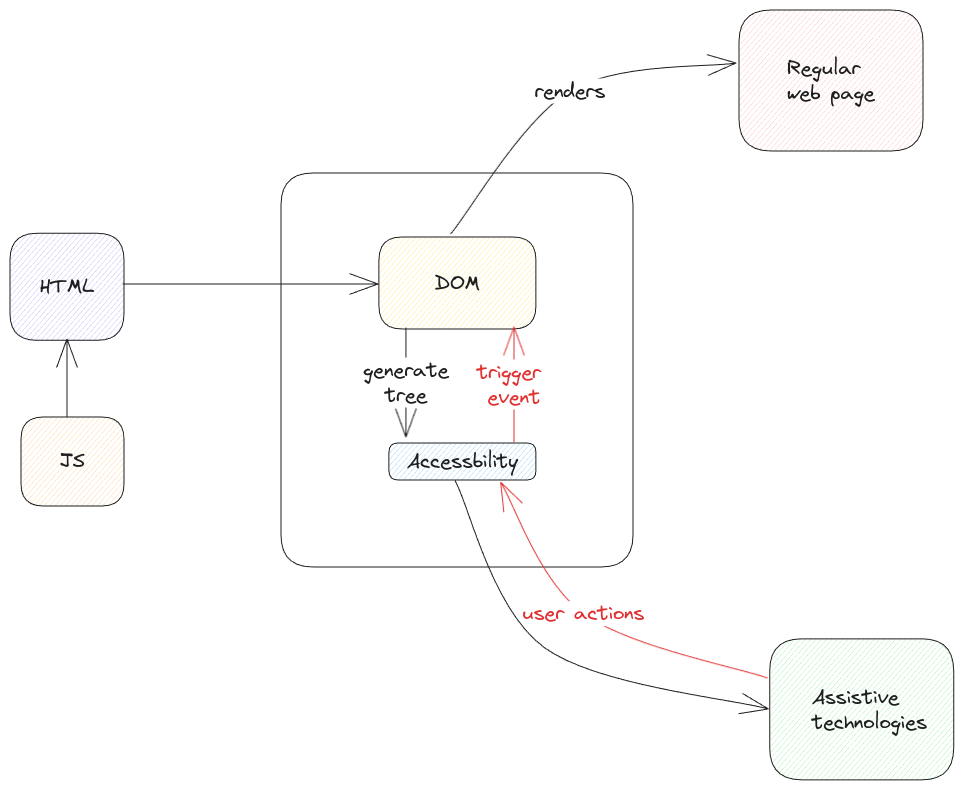
swaroopar/inprogress-engineer keeps this Excalidraw diagram as static/img/aria.excalidraw.png. Above is the earlier version. Source tidied: one line per element, renumbered; positions are measured from the earlier drawing's top-left corner, leaving out a move shared by most shapes.
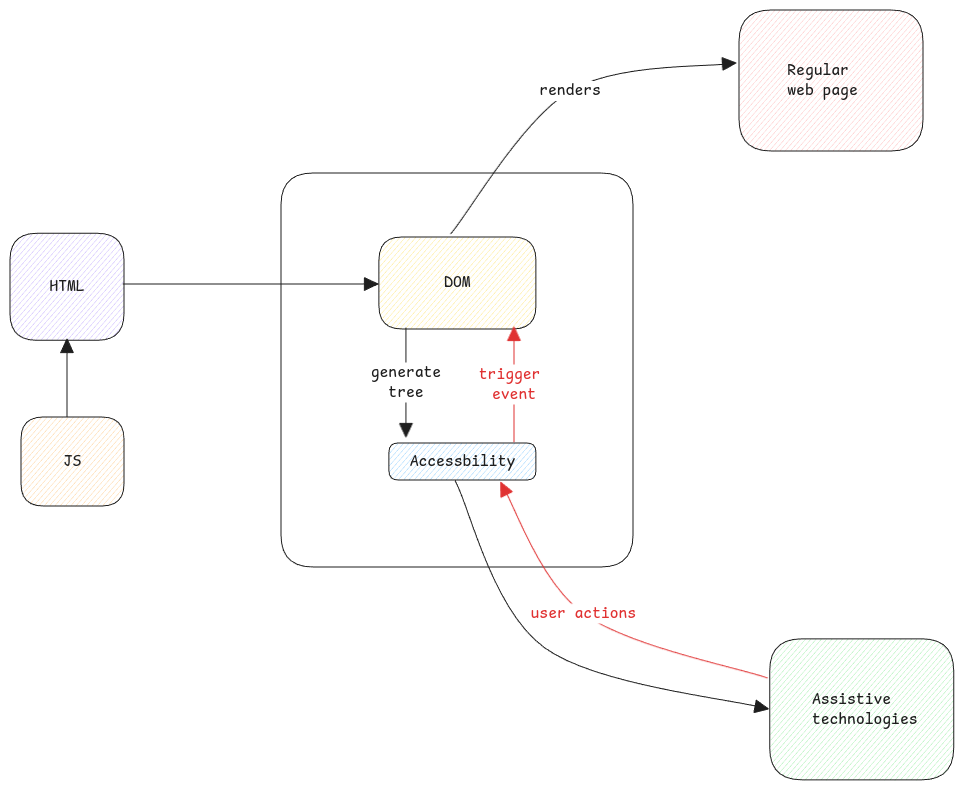
After the commit.

Change to the diagram source:
```diff
@@ -1,24 +1,24 @@
 {"id": 0, "type": "rectangle", "strokeColor": "#1e1e1e", "strokeWidth": 1, "roughness": 0, "round": true, "x": 271, "y": 163, "width": 352, "height": 394}
 {"id": 1, "type": "rectangle", "strokeColor": "#1e1e1e", "backgroundColor": "#ffec99", "fillStyle": "hachure", "strokeWidth": 1, "roughness": 0, "round": true, "x": 369, "y": 227, "width": 157, "height": 92}
-{"id": 2, "type": "text", "text": "DOM", "strokeColor": "#1e1e1e", "strokeWidth": 2, "roughness": 1, "fontSize": 20, "fontFamily": 1, "textAlign": "center", "verticalAlign": "middle", "inside": 1, "x": 425, "y": 260, "width": 45, "height": 25}
+{"id": 2, "type": "text", "text": "DOM", "strokeColor": "#1e1e1e", "strokeWidth": 2, "roughness": 1, "fontSize": 16, "fontFamily": 8, "textAlign": "center", "verticalAlign": "middle", "inside": 1, "x": 434, "y": 263, "width": 26, "height": 20}
 {"id": 3, "type": "rectangle", "strokeColor": "#1e1e1e", "backgroundColor": "#a5d8ff", "fillStyle": "hachure", "strokeWidth": 1, "roughness": 0, "round": true, "x": 379, "y": 433, "width": 147, "height": 37}
-{"id": 4, "type": "text", "text": "Accessbility", "strokeColor": "#1e1e1e", "strokeWidth": 2, "roughness": 1, "fontSize": 20, "fontFamily": 1, "textAlign": "center", "verticalAlign": "middle", "inside": 3, "x": 397, "y": 439, "width": 111, "height": 25}
+{"id": 4, "type": "text", "text": "Accessbility", "strokeColor": "#1e1e1e", "strokeWidth": 2, "roughness": 1, "fontSize": 16, "fontFamily": 8, "textAlign": "center", "verticalAlign": "middle", "inside": 3, "x": 400, "y": 442, "width": 106, "height": 20}
-{"id": 5, "type": "arrow", "strokeColor": "#1e1e1e", "strokeWidth": 1, "roughness": 0, "endArrowhead": "arrow", "round": true, "x": 396, "y": 318, "width": 0, "height": 109, "points": [[0, 0], [0, 109]]}
+{"id": 5, "type": "arrow", "strokeColor": "#1e1e1e", "strokeWidth": 1, "roughness": 0, "endArrowhead": "triangle", "round": true, "x": 396, "y": 318, "width": 0, "height": 109, "points": [[0, 0], [0, 109]]}
-{"id": 6, "type": "text", "text": "generate\ntree", "strokeColor": "#1e1e1e", "strokeWidth": 1, "roughness": 0, "fontSize": 20, "fontFamily": 1, "textAlign": "center", "verticalAlign": "middle", "inside": 5, "x": 353, "y": 330, "width": 85, "height": 50}
+{"id": 6, "type": "text", "text": "generate\ntree", "strokeColor": "#1e1e1e", "strokeWidth": 1, "roughness": 0, "fontSize": 16, "fontFamily": 8, "textAlign": "center", "verticalAlign": "middle", "inside": 5, "x": 361, "y": 352, "width": 70, "height": 40}
-{"id": 7, "type": "arrow", "strokeColor": "#1e1e1e", "strokeWidth": 1, "roughness": 0, "endArrowhead": "arrow", "round": true, "from": 1, "to": 9, "x": 441, "y": 224, "width": 285, "height": 171, "points": [[0, 0], [119, -143], [285, -171]]}
+{"id": 7, "type": "arrow", "strokeColor": "#1e1e1e", "strokeWidth": 1, "roughness": 0, "endArrowhead": "triangle", "round": true, "from": 1, "to": 9, "x": 441, "y": 224, "width": 285, "height": 171, "points": [[0, 0], [119, -143], [285, -171]]}
-{"id": 8, "type": "text", "text": "renders", "strokeColor": "#1e1e1e", "backgroundColor": "#ffd8a8", "fillStyle": "hachure", "strokeWidth": 1, "roughness": 0, "fontSize": 20, "fontFamily": 1, "textAlign": "center", "verticalAlign": "middle", "inside": 7, "x": 525, "y": 68, "width": 71, "height": 25}
+{"id": 8, "type": "text", "text": "renders", "strokeColor": "#1e1e1e", "backgroundColor": "#ffd8a8", "fillStyle": "hachure", "strokeWidth": 1, "roughness": 0, "fontSize": 16, "fontFamily": 8, "textAlign": "center", "verticalAlign": "middle", "inside": 7, "x": 529, "y": 71, "width": 62, "height": 20}
 {"id": 9, "type": "rectangle", "strokeColor": "#1e1e1e", "backgroundColor": "#ffc9c9", "fillStyle": "hachure", "strokeWidth": 1, "roughness": 0, "round": true, "x": 729, "y": 0, "width": 184, "height": 141}
-{"id": 10, "type": "text", "text": "Regular \nweb page", "strokeColor": "#1e1e1e", "strokeWidth": 1, "roughness": 0, "fontSize": 20, "fontFamily": 1, "x": 777, "y": 46, "width": 87, "height": 50}
+{"id": 10, "type": "text", "text": "Regular \nweb page", "strokeColor": "#1e1e1e", "strokeWidth": 1, "roughness": 0, "fontSize": 16, "fontFamily": 8, "x": 777, "y": 50, "width": 70, "height": 40}
-{"id": 11, "type": "arrow", "strokeColor": "#1e1e1e", "strokeWidth": 1, "roughness": 0, "endArrowhead": "arrow", "round": true, "from": 3, "to": 12, "x": 445, "y": 471, "width": 313, "height": 228, "points": [[0, 0], [89, 167], [313, 228]]}
+{"id": 11, "type": "arrow", "strokeColor": "#1e1e1e", "strokeWidth": 1, "roughness": 0, "endArrowhead": "triangle", "round": true, "from": 3, "to": 12, "x": 445, "y": 471, "width": 313, "height": 228, "points": [[0, 0], [89, 167], [313, 228]]}
 {"id": 12, "type": "rectangle", "strokeColor": "#1e1e1e", "backgroundColor": "#b2f2bb", "fillStyle": "hachure", "strokeWidth": 1, "roughness": 0, "round": true, "x": 760, "y": 629, "width": 184, "height": 141}
-{"id": 13, "type": "text", "text": "Assistive\ntechnologies", "strokeColor": "#1e1e1e", "strokeWidth": 1, "roughness": 0, "fontSize": 20, "fontFamily": 1, "x": 802, "y": 675, "width": 115, "height": 50}
+{"id": 13, "type": "text", "text": "Assistive\ntechnologies", "strokeColor": "#1e1e1e", "strokeWidth": 1, "roughness": 0, "fontSize": 16, "fontFamily": 8, "x": 802, "y": 680, "width": 106, "height": 40}
 {"id": 14, "type": "rectangle", "strokeColor": "#1e1e1e", "backgroundColor": "#d0bfff", "fillStyle": "hachure", "strokeWidth": 1, "roughness": 0, "round": true, "x": 0, "y": 223, "width": 114, "height": 107}
-{"id": 15, "type": "text", "text": "HTML", "strokeColor": "#1e1e1e", "strokeWidth": 2, "roughness": 1, "fontSize": 20, "fontFamily": 1, "textAlign": "center", "verticalAlign": "middle", "inside": 14, "x": 30, "y": 264, "width": 54, "height": 25}
+{"id": 15, "type": "text", "text": "HTML", "strokeColor": "#1e1e1e", "strokeWidth": 2, "roughness": 1, "fontSize": 16, "fontFamily": 8, "textAlign": "center", "verticalAlign": "middle", "inside": 14, "x": 39, "y": 267, "width": 35, "height": 20}
 {"id": 16, "type": "rectangle", "strokeColor": "#1e1e1e", "backgroundColor": "#ffd8a8", "fillStyle": "hachure", "strokeWidth": 1, "roughness": 0, "round": true, "x": 11, "y": 407, "width": 103, "height": 89}
-{"id": 17, "type": "text", "text": "JS", "strokeColor": "#1e1e1e", "strokeWidth": 2, "roughness": 1, "fontSize": 20, "fontFamily": 1, "textAlign": "center", "verticalAlign": "middle", "inside": 16, "x": 50, "y": 439, "width": 25, "height": 25}
+{"id": 17, "type": "text", "text": "JS", "strokeColor": "#1e1e1e", "strokeWidth": 2, "roughness": 1, "fontSize": 16, "fontFamily": 8, "textAlign": "center", "verticalAlign": "middle", "inside": 16, "x": 54, "y": 442, "width": 18, "height": 20}
-{"id": 18, "type": "arrow", "strokeColor": "#1e1e1e", "strokeWidth": 1, "roughness": 0, "endArrowhead": "arrow", "round": true, "x": 57, "y": 407, "width": 0, "height": 78, "points": [[0, 0], [0, -78]]}
+{"id": 18, "type": "arrow", "strokeColor": "#1e1e1e", "strokeWidth": 1, "roughness": 0, "endArrowhead": "triangle", "round": true, "x": 57, "y": 407, "width": 0, "height": 78, "points": [[0, 0], [0, -78]]}
-{"id": 19, "type": "arrow", "strokeColor": "#1e1e1e", "strokeWidth": 1, "roughness": 0, "endArrowhead": "arrow", "round": true, "to": 1, "x": 113, "y": 274, "width": 255, "height": 0, "points": [[0, 0], [255, 0]]}
+{"id": 19, "type": "arrow", "strokeColor": "#1e1e1e", "strokeWidth": 1, "roughness": 0, "endArrowhead": "triangle", "round": true, "to": 1, "x": 113, "y": 274, "width": 255, "height": 0, "points": [[0, 0], [255, 0]]}
-{"id": 20, "type": "arrow", "strokeColor": "#e03131", "strokeWidth": 1, "roughness": 0, "endArrowhead": "arrow", "round": true, "from": 3, "x": 504, "y": 432, "width": 0, "height": 115, "points": [[0, 0], [0, -115]]}
+{"id": 20, "type": "arrow", "strokeColor": "#e03131", "strokeWidth": 1, "roughness": 0, "endArrowhead": "triangle", "round": true, "from": 3, "x": 504, "y": 432, "width": 0, "height": 115, "points": [[0, 0], [0, -115]]}
-{"id": 21, "type": "text", "text": "trigger \nevent", "strokeColor": "#e03131", "strokeWidth": 1, "roughness": 0, "fontSize": 20, "fontFamily": 1, "textAlign": "center", "verticalAlign": "middle", "inside": 20, "x": 467, "y": 350, "width": 74, "height": 50}
+{"id": 21, "type": "text", "text": "trigger \nevent", "strokeColor": "#e03131", "strokeWidth": 1, "roughness": 0, "fontSize": 16, "fontFamily": 8, "textAlign": "center", "verticalAlign": "middle", "inside": 20, "x": 469, "y": 354, "width": 70, "height": 40}
-{"id": 22, "type": "arrow", "strokeColor": "#e03131", "strokeWidth": 1, "roughness": 0, "endArrowhead": "arrow", "round": true, "from": 12, "to": 3, "x": 757, "y": 668, "width": 267, "height": 196, "points": [[0, 0], [-184, -64], [-267, -196]]}
+{"id": 22, "type": "arrow", "strokeColor": "#e03131", "strokeWidth": 1, "roughness": 0, "endArrowhead": "triangle", "round": true, "from": 12, "to": 3, "x": 757, "y": 668, "width": 267, "height": 196, "points": [[0, 0], [-184, -64], [-267, -196]]}
-{"id": 23, "type": "text", "text": "user actions", "strokeColor": "#e03131", "strokeWidth": 1, "roughness": 0, "fontSize": 20, "fontFamily": 1, "textAlign": "center", "verticalAlign": "middle", "inside": 22, "x": 543, "y": 567, "width": 122, "height": 25}
+{"id": 23, "type": "text", "text": "user actions", "strokeColor": "#e03131", "strokeWidth": 1, "roughness": 0, "fontSize": 16, "fontFamily": 8, "textAlign": "center", "verticalAlign": "middle", "inside": 22, "x": 521, "y": 594, "width": 106, "height": 20}
```
